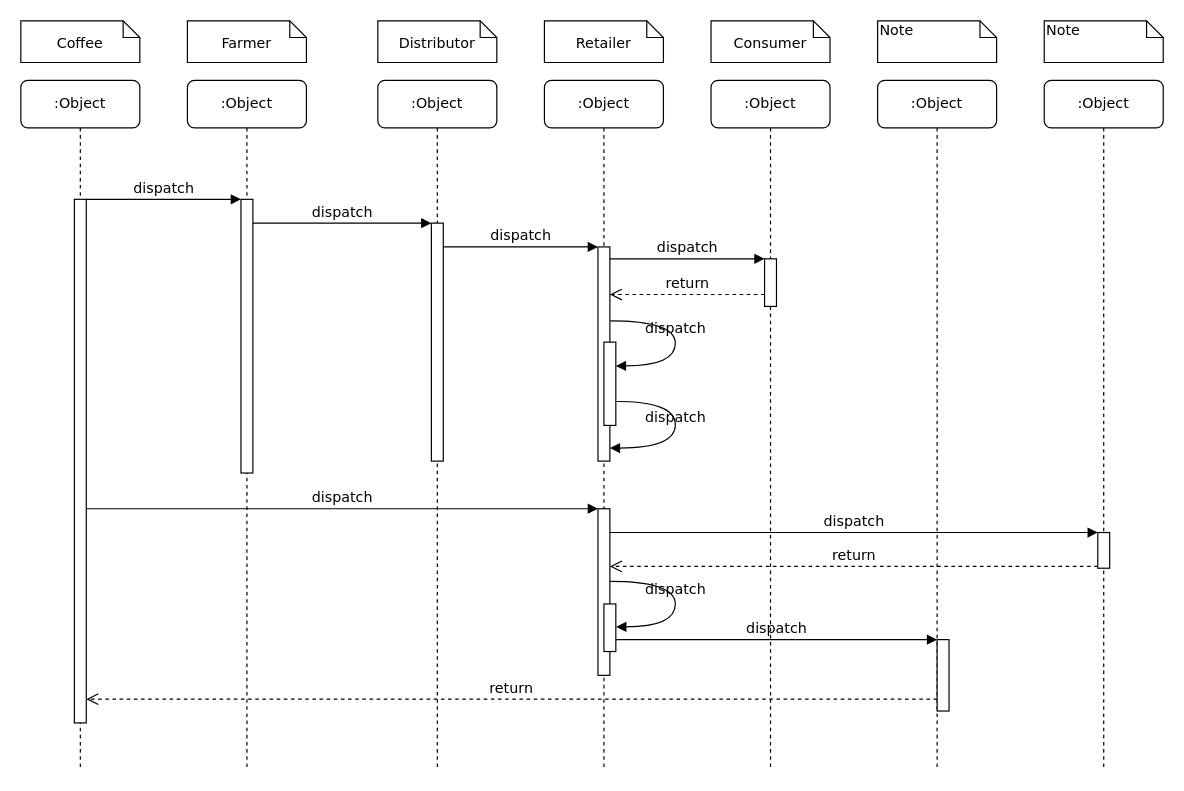
Above: page "Sequence" (2 of 4) of nd1309-Project-6b/UML/Udacity_SupplyChain_UML.drawio in jefmatle/Udacity_Blockchain_ND_v2 (draw.io), before the change. Source tidied: cells renumbered, new cells numbered last; positions are measured from the earlier drawing's top-left corner, leaving out a move shared by most shapes. Both pictures are drawn from the tidied source at 119%, with x=0, y=0 at pixel (20, 20).
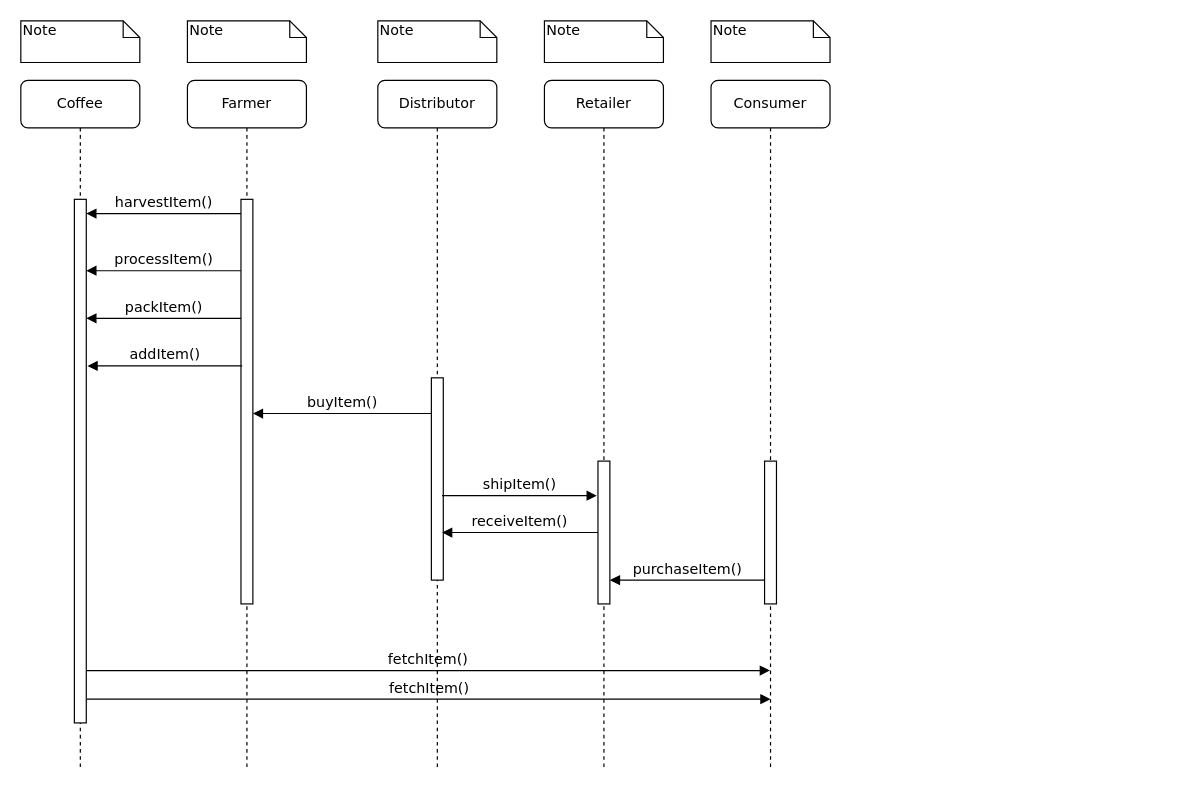
The same diagram, later.

Unchanged cells that the change refers to:
```xml
<mxCell id="11" style="html=1;points=[];perimeter=orthogonalPerimeter;rounded=0;shadow=0;comic=0;labelBackgroundColor=none;strokeWidth=1;fontFamily=Verdana;fontSize=12;align=center;" parent="10" vertex="1">
  <mxGeometry x="45" y="100" width="10" height="440" as="geometry" />
</mxCell>
```

What changed in the source:
```diff
@@
-    <mxCell id="2" value=":Object" style="shape=umlLifeline;perimeter=lifelinePerimeter;whiteSpace=wrap;html=1;rounded=1;shadow=0;comic=0;labelBackgroundColor=none;strokeWidth=1;fontFamily=Verdana;fontSize=12;align=center;" parent="1" vertex="1">
+    <mxCell id="2" value="Farmer" style="shape=umlLifeline;perimeter=lifelinePerimeter;whiteSpace=wrap;html=1;rounded=1;shadow=0;comic=0;labelBackgroundColor=none;strokeWidth=1;fontFamily=Verdana;fontSize=12;align=center;" parent="1" vertex="1">
       <mxGeometry x="140" y="50" width="100" height="580" as="geometry" />
     </mxCell>
     <mxCell id="3" style="html=1;points=[];perimeter=orthogonalPerimeter;rounded=0;shadow=0;comic=0;labelBackgroundColor=none;strokeWidth=1;fontFamily=Verdana;fontSize=12;align=center;" parent="2" vertex="1">
-      <mxGeometry x="45" y="100" width="10" height="230" as="geometry" />
+      <mxGeometry x="45" y="100" width="10" height="340" as="geometry" />
     </mxCell>
-    <mxCell id="4" value=":Object" style="shape=umlLifeline;perimeter=lifelinePerimeter;whiteSpace=wrap;html=1;rounded=1;shadow=0;comic=0;labelBackgroundColor=none;strokeWidth=1;fontFamily=Verdana;fontSize=12;align=center;" parent="1" vertex="1">
+    <mxCell id="4" value="Distributor" style="shape=umlLifeline;perimeter=lifelinePerimeter;whiteSpace=wrap;html=1;rounded=1;shadow=0;comic=0;labelBackgroundColor=none;strokeWidth=1;fontFamily=Verdana;fontSize=12;align=center;" parent="1" vertex="1">
       <mxGeometry x="300" y="50" width="100" height="580" as="geometry" />
     </mxCell>
     <mxCell id="5" style="html=1;points=[];perimeter=orthogonalPerimeter;rounded=0;shadow=0;comic=0;labelBackgroundColor=none;strokeWidth=1;fontFamily=Verdana;fontSize=12;align=center;" parent="4" vertex="1">
-      <mxGeometry x="45" y="120" width="10" height="200" as="geometry" />
+      <mxGeometry x="45" y="250" width="10" height="170" as="geometry" />
     </mxCell>
-    <mxCell id="6" value=":Object" style="shape=umlLifeline;perimeter=lifelinePerimeter;whiteSpace=wrap;html=1;rounded=1;shadow=0;comic=0;labelBackgroundColor=none;strokeWidth=1;fontFamily=Verdana;fontSize=12;align=center;" parent="1" vertex="1">
+    <mxCell id="6" value="Retailer" style="shape=umlLifeline;perimeter=lifelinePerimeter;whiteSpace=wrap;html=1;rounded=1;shadow=0;comic=0;labelBackgroundColor=none;strokeWidth=1;fontFamily=Verdana;fontSize=12;align=center;" parent="1" vertex="1">
       <mxGeometry x="440" y="50" width="100" height="580" as="geometry" />
     </mxCell>
+    <mxCell id="17" style="html=1;points=[];perimeter=orthogonalPerimeter;rounded=0;shadow=0;comic=0;labelBackgroundColor=none;strokeWidth=1;fontFamily=Verdana;fontSize=12;align=center;" parent="6" vertex="1">
+      <mxGeometry x="45" y="320" width="10" height="120" as="geometry" />
+    </mxCell>
-    <mxCell id="7" value=":Object" style="shape=umlLifeline;perimeter=lifelinePerimeter;whiteSpace=wrap;html=1;outlineConnect=0;rounded=1;shadow=0;comic=0;labelBackgroundColor=none;strokeWidth=1;fontFamily=Verdana;fontSize=12;align=center;" parent="1" vertex="1">
+    <mxCell id="7" value="Consumer" style="shape=umlLifeline;perimeter=lifelinePerimeter;whiteSpace=wrap;html=1;outlineConnect=0;rounded=1;shadow=0;comic=0;labelBackgroundColor=none;strokeWidth=1;fontFamily=Verdana;fontSize=12;align=center;" parent="1" vertex="1">
       <mxGeometry x="580" y="50" width="100" height="580" as="geometry" />
     </mxCell>
-    <mxCell id="8" value=":Object" style="shape=umlLifeline;perimeter=lifelinePerimeter;whiteSpace=wrap;html=1;rounded=1;shadow=0;comic=0;labelBackgroundColor=none;strokeWidth=1;fontFamily=Verdana;fontSize=12;align=center;" parent="1" vertex="1">
-      <mxGeometry x="720" y="50" width="100" height="580" as="geometry" />
-    </mxCell>
-    <mxCell id="9" value=":Object" style="shape=umlLifeline;perimeter=lifelinePerimeter;whiteSpace=wrap;html=1;rounded=1;shadow=0;comic=0;labelBackgroundColor=none;strokeWidth=1;fontFamily=Verdana;fontSize=12;align=center;" parent="1" vertex="1">
-      <mxGeometry x="860" y="50" width="100" height="580" as="geometry" />
-    </mxCell>
+    <mxCell id="39" style="html=1;perimeter=orthogonalPerimeter;rounded=0;shadow=0;comic=0;labelBackgroundColor=none;strokeWidth=1;fontFamily=Verdana;fontSize=12;align=center;" parent="7" vertex="1">
+      <mxGeometry x="45" y="320" width="10" height="120" as="geometry" />
+    </mxCell>
-    <mxCell id="10" value=":Object" style="shape=umlLifeline;perimeter=lifelinePerimeter;whiteSpace=wrap;html=1;rounded=1;shadow=0;comic=0;labelBackgroundColor=none;strokeWidth=1;fontFamily=Verdana;fontSize=12;align=center;" parent="1" vertex="1">
+    <mxCell id="10" value="Coffee" style="shape=umlLifeline;perimeter=lifelinePerimeter;whiteSpace=wrap;html=1;rounded=1;shadow=0;comic=0;labelBackgroundColor=none;strokeWidth=1;fontFamily=Verdana;fontSize=12;align=center;" parent="1" vertex="1">
       <mxGeometry y="50" width="100" height="580" as="geometry" />
     </mxCell>
@@
-    <mxCell id="12" style="html=1;points=[];perimeter=orthogonalPerimeter;rounded=0;shadow=0;comic=0;labelBackgroundColor=none;strokeWidth=1;fontFamily=Verdana;fontSize=12;align=center;" parent="1" vertex="1">
-      <mxGeometry x="485" y="190" width="10" height="180" as="geometry" />
-    </mxCell>
-    <mxCell id="13" value="dispatch" style="html=1;verticalAlign=bottom;endArrow=block;labelBackgroundColor=none;fontFamily=Verdana;fontSize=12;edgeStyle=elbowEdgeStyle;elbow=vertical;" parent="1" edge="1" source="5" target="12">
-      <mxGeometry relative="1" as="geometry">
-        <Array as="points">
-          <mxPoint x="360" y="190" />
-        </Array>
-      </mxGeometry>
-    </mxCell>
-    <mxCell id="14" style="html=1;points=[];perimeter=orthogonalPerimeter;rounded=0;shadow=0;comic=0;labelBackgroundColor=none;strokeWidth=1;fontFamily=Verdana;fontSize=12;align=center;" parent="1" vertex="1">
-      <mxGeometry x="625" y="200" width="10" height="40" as="geometry" />
-    </mxCell>
-    <mxCell id="15" value="dispatch" style="html=1;verticalAlign=bottom;endArrow=block;entryX=0;entryY=0;labelBackgroundColor=none;fontFamily=Verdana;fontSize=12;edgeStyle=elbowEdgeStyle;elbow=vertical;" parent="1" edge="1" source="12" target="14">
-      <mxGeometry relative="1" as="geometry" />
-    </mxCell>
-    <mxCell id="16" value="return" style="html=1;verticalAlign=bottom;endArrow=open;dashed=1;endSize=8;labelBackgroundColor=none;fontFamily=Verdana;fontSize=12;edgeStyle=elbowEdgeStyle;elbow=vertical;" parent="1" edge="1" source="14" target="12">
-      <mxGeometry relative="1" as="geometry">
-        <Array as="points">
-          <mxPoint x="570" y="230" />
-          <mxPoint x="600" y="230" />
-        </Array>
-      </mxGeometry>
-    </mxCell>
-    <mxCell id="17" style="html=1;points=[];perimeter=orthogonalPerimeter;rounded=0;shadow=0;comic=0;labelBackgroundColor=none;strokeWidth=1;fontFamily=Verdana;fontSize=12;align=center;" parent="1" vertex="1">
-      <mxGeometry x="485" y="410" width="10" height="140" as="geometry" />
-    </mxCell>
-    <mxCell id="18" value="dispatch" style="html=1;verticalAlign=bottom;endArrow=block;entryX=0;entryY=0;labelBackgroundColor=none;fontFamily=Verdana;fontSize=12;" parent="1" edge="1" source="11" target="17">
-      <mxGeometry relative="1" as="geometry" />
+    <mxCell id="18" value="shipItem()" style="html=1;verticalAlign=bottom;endArrow=block;labelBackgroundColor=none;fontFamily=Verdana;fontSize=12;exitX=0.9;exitY=0.582;exitDx=0;exitDy=0;exitPerimeter=0;" parent="1" edge="1" source="5">
+      <mxGeometry relative="1" as="geometry">
+        <mxPoint x="484" y="399" as="targetPoint" />
+      </mxGeometry>
     </mxCell>
-    <mxCell id="19" style="html=1;points=[];perimeter=orthogonalPerimeter;rounded=0;shadow=0;comic=0;labelBackgroundColor=none;strokeColor=#000000;strokeWidth=1;fillColor=#FFFFFF;fontFamily=Verdana;fontSize=12;fontColor=#000000;align=center;" parent="1" vertex="1">
-      <mxGeometry x="905" y="430" width="10" height="30" as="geometry" />
-    </mxCell>
-    <mxCell id="20" value="dispatch" style="html=1;verticalAlign=bottom;endArrow=block;entryX=0;entryY=0;labelBackgroundColor=none;fontFamily=Verdana;fontSize=12;" parent="1" edge="1" source="17" target="19">
-      <mxGeometry relative="1" as="geometry" />
-    </mxCell>
-    <mxCell id="21" value="return" style="html=1;verticalAlign=bottom;endArrow=open;dashed=1;endSize=8;exitX=0;exitY=0.95;labelBackgroundColor=none;fontFamily=Verdana;fontSize=12;" parent="1" edge="1" source="19" target="17">
-      <mxGeometry relative="1" as="geometry" />
-    </mxCell>
-    <mxCell id="22" style="html=1;points=[];perimeter=orthogonalPerimeter;rounded=0;shadow=0;comic=0;labelBackgroundColor=none;strokeWidth=1;fontFamily=Verdana;fontSize=12;align=center;" parent="1" vertex="1">
-      <mxGeometry x="770" y="520" width="10" height="60" as="geometry" />
-    </mxCell>
-    <mxCell id="23" value="dispatch" style="html=1;verticalAlign=bottom;endArrow=block;entryX=0;entryY=0;labelBackgroundColor=none;fontFamily=Verdana;fontSize=12;edgeStyle=elbowEdgeStyle;elbow=vertical;" parent="1" edge="1" source="30" target="22">
-      <mxGeometry relative="1" as="geometry" />
+    <mxCell id="23" value="purchaseItem()" style="html=1;verticalAlign=bottom;endArrow=block;entryX=0;entryY=0;labelBackgroundColor=none;fontFamily=Verdana;fontSize=12;edgeStyle=elbowEdgeStyle;elbow=vertical;" parent="1" edge="1">
+      <mxGeometry relative="1" as="geometry">
+        <mxPoint x="625" y="470" as="sourcePoint" />
+        <mxPoint x="495" y="470" as="targetPoint" />
+      </mxGeometry>
     </mxCell>
-    <mxCell id="24" value="return" style="html=1;verticalAlign=bottom;endArrow=open;dashed=1;endSize=8;labelBackgroundColor=none;fontFamily=Verdana;fontSize=12;edgeStyle=elbowEdgeStyle;elbow=vertical;" parent="1" edge="1" source="22" target="11">
-      <mxGeometry relative="1" as="geometry">
-        <Array as="points">
-          <mxPoint x="470" y="570" />
-        </Array>
-      </mxGeometry>
-    </mxCell>
-    <mxCell id="25" value="dispatch" style="html=1;verticalAlign=bottom;endArrow=block;entryX=0;entryY=0;labelBackgroundColor=none;fontFamily=Verdana;fontSize=12;edgeStyle=elbowEdgeStyle;elbow=vertical;" parent="1" edge="1" source="11" target="3">
-      <mxGeometry relative="1" as="geometry" />
+    <mxCell id="25" value="harvestItem()" style="html=1;verticalAlign=bottom;endArrow=none;entryX=0;entryY=0;labelBackgroundColor=none;fontFamily=Verdana;fontSize=12;edgeStyle=elbowEdgeStyle;elbow=vertical;startArrow=block;startFill=1;endFill=0;" parent="1" edge="1">
+      <mxGeometry relative="1" as="geometry">
+        <mxPoint x="55" y="162" as="sourcePoint" />
+        <mxPoint x="185" y="162" as="targetPoint" />
+      </mxGeometry>
     </mxCell>
-    <mxCell id="26" value="dispatch" style="html=1;verticalAlign=bottom;endArrow=block;entryX=0;entryY=0;labelBackgroundColor=none;fontFamily=Verdana;fontSize=12;edgeStyle=elbowEdgeStyle;elbow=vertical;" parent="1" edge="1" source="3" target="5">
-      <mxGeometry relative="1" as="geometry" />
+    <mxCell id="26" value="buyItem()" style="html=1;verticalAlign=bottom;endArrow=block;entryX=0;entryY=0;labelBackgroundColor=none;fontFamily=Verdana;fontSize=12;edgeStyle=elbowEdgeStyle;elbow=horizontal;" parent="1" edge="1">
+      <mxGeometry relative="1" as="geometry">
+        <mxPoint x="345" y="330" as="sourcePoint" />
+        <mxPoint x="195" y="330" as="targetPoint" />
+      </mxGeometry>
     </mxCell>
-    <mxCell id="27" style="html=1;points=[];perimeter=orthogonalPerimeter;rounded=0;shadow=0;comic=0;labelBackgroundColor=none;strokeWidth=1;fontFamily=Verdana;fontSize=12;align=center;" parent="1" vertex="1">
-      <mxGeometry x="490" y="270" width="10" height="70" as="geometry" />
-    </mxCell>
-    <mxCell id="28" value="dispatch" style="html=1;verticalAlign=bottom;endArrow=block;labelBackgroundColor=none;fontFamily=Verdana;fontSize=12;elbow=vertical;edgeStyle=orthogonalEdgeStyle;curved=1;entryX=1;entryY=0.286;entryPerimeter=0;exitX=1.038;exitY=0.345;exitPerimeter=0;" parent="1" edge="1" source="12" target="27">
-      <mxGeometry relative="1" as="geometry">
-        <Array as="points">
-          <mxPoint x="550" y="252" />
-          <mxPoint x="550" y="290" />
-        </Array>
-      </mxGeometry>
-    </mxCell>
-    <mxCell id="29" value="dispatch" style="html=1;verticalAlign=bottom;endArrow=block;labelBackgroundColor=none;fontFamily=Verdana;fontSize=12;elbow=vertical;edgeStyle=orthogonalEdgeStyle;curved=1;exitX=1.066;exitY=0.713;exitPerimeter=0;" parent="1" edge="1" source="27">
-      <mxGeometry relative="1" as="geometry">
-        <mxPoint x="495" y="359" as="targetPoint" />
-        <Array as="points">
-          <mxPoint x="550" y="320" />
-          <mxPoint x="550" y="359" />
-        </Array>
-      </mxGeometry>
-    </mxCell>
-    <mxCell id="30" style="html=1;points=[];perimeter=orthogonalPerimeter;rounded=0;shadow=0;comic=0;labelBackgroundColor=none;strokeWidth=1;fontFamily=Verdana;fontSize=12;align=center;" parent="1" vertex="1">
-      <mxGeometry x="490" y="490" width="10" height="40" as="geometry" />
-    </mxCell>
-    <mxCell id="31" value="dispatch" style="html=1;verticalAlign=bottom;endArrow=block;labelBackgroundColor=none;fontFamily=Verdana;fontSize=12;elbow=vertical;edgeStyle=orthogonalEdgeStyle;curved=1;entryX=1;entryY=0.286;entryPerimeter=0;exitX=1.038;exitY=0.345;exitPerimeter=0;" parent="1" edge="1">
-      <mxGeometry relative="1" as="geometry">
-        <mxPoint x="495.3" y="471" as="sourcePoint" />
-        <mxPoint x="500.3" y="509.3" as="targetPoint" />
-        <Array as="points">
-          <mxPoint x="550" y="471" />
-          <mxPoint x="550" y="509" />
-        </Array>
-      </mxGeometry>
-    </mxCell>
-    <mxCell id="32" value="&lt;p style=&quot;line-height: 100%&quot;&gt;Coffee&lt;/p&gt;" style="shape=note;whiteSpace=wrap;html=1;size=14;verticalAlign=top;align=center;spacingTop=-6;rounded=0;shadow=0;comic=0;labelBackgroundColor=none;strokeWidth=1;fontFamily=Verdana;fontSize=12;" parent="1" vertex="1">
+    <mxCell id="32" value="Note" style="shape=note;whiteSpace=wrap;html=1;size=14;verticalAlign=top;align=left;spacingTop=-6;rounded=0;shadow=0;comic=0;labelBackgroundColor=none;strokeWidth=1;fontFamily=Verdana;fontSize=12;" parent="1" vertex="1">
       <mxGeometry width="100" height="35" as="geometry" />
     </mxCell>
-    <mxCell id="33" value="&lt;p style=&quot;line-height: 100%&quot;&gt;Farmer&lt;/p&gt;" style="shape=note;whiteSpace=wrap;html=1;size=14;verticalAlign=top;align=center;spacingTop=-6;rounded=0;shadow=0;comic=0;labelBackgroundColor=none;strokeWidth=1;fontFamily=Verdana;fontSize=12;" parent="1" vertex="1">
+    <mxCell id="33" value="Note" style="shape=note;whiteSpace=wrap;html=1;size=14;verticalAlign=top;align=left;spacingTop=-6;rounded=0;shadow=0;comic=0;labelBackgroundColor=none;strokeWidth=1;fontFamily=Verdana;fontSize=12;" parent="1" vertex="1">
       <mxGeometry x="140" width="100" height="35" as="geometry" />
     </mxCell>
-    <mxCell id="34" value="&lt;p style=&quot;line-height: 100%&quot;&gt;Distributor&lt;/p&gt;" style="shape=note;whiteSpace=wrap;html=1;size=14;verticalAlign=top;align=center;spacingTop=-6;rounded=0;shadow=0;comic=0;labelBackgroundColor=none;strokeWidth=1;fontFamily=Verdana;fontSize=12;" parent="1" vertex="1">
+    <mxCell id="34" value="Note" style="shape=note;whiteSpace=wrap;html=1;size=14;verticalAlign=top;align=left;spacingTop=-6;rounded=0;shadow=0;comic=0;labelBackgroundColor=none;strokeWidth=1;fontFamily=Verdana;fontSize=12;" parent="1" vertex="1">
       <mxGeometry x="300" width="100" height="35" as="geometry" />
     </mxCell>
-    <mxCell id="35" value="&lt;p style=&quot;line-height: 100%&quot;&gt;Retailer&lt;/p&gt;" style="shape=note;whiteSpace=wrap;html=1;size=14;verticalAlign=top;align=center;spacingTop=-6;rounded=0;shadow=0;comic=0;labelBackgroundColor=none;strokeWidth=1;fontFamily=Verdana;fontSize=12;" parent="1" vertex="1">
+    <mxCell id="35" value="Note" style="shape=note;whiteSpace=wrap;html=1;size=14;verticalAlign=top;align=left;spacingTop=-6;rounded=0;shadow=0;comic=0;labelBackgroundColor=none;strokeWidth=1;fontFamily=Verdana;fontSize=12;" parent="1" vertex="1">
       <mxGeometry x="440" width="100" height="35" as="geometry" />
     </mxCell>
-    <mxCell id="36" value="&lt;p style=&quot;line-height: 100%&quot;&gt;Consumer&lt;/p&gt;" style="shape=note;whiteSpace=wrap;html=1;size=14;verticalAlign=top;align=center;spacingTop=-6;rounded=0;shadow=0;comic=0;labelBackgroundColor=none;strokeWidth=1;fontFamily=Verdana;fontSize=12;" parent="1" vertex="1">
+    <mxCell id="36" value="Note" style="shape=note;whiteSpace=wrap;html=1;size=14;verticalAlign=top;align=left;spacingTop=-6;rounded=0;shadow=0;comic=0;labelBackgroundColor=none;strokeWidth=1;fontFamily=Verdana;fontSize=12;" parent="1" vertex="1">
       <mxGeometry x="580" width="100" height="35" as="geometry" />
     </mxCell>
-    <mxCell id="37" value="Note" style="shape=note;whiteSpace=wrap;html=1;size=14;verticalAlign=top;align=left;spacingTop=-6;rounded=0;shadow=0;comic=0;labelBackgroundColor=none;strokeWidth=1;fontFamily=Verdana;fontSize=12;" parent="1" vertex="1">
-      <mxGeometry x="720" width="100" height="35" as="geometry" />
-    </mxCell>
-    <mxCell id="38" value="Note" style="shape=note;whiteSpace=wrap;html=1;size=14;verticalAlign=top;align=left;spacingTop=-6;rounded=0;shadow=0;comic=0;labelBackgroundColor=none;strokeWidth=1;fontFamily=Verdana;fontSize=12;" parent="1" vertex="1">
-      <mxGeometry x="860" width="100" height="35" as="geometry" />
-    </mxCell>
+    <mxCell id="40" value="processItem()" style="html=1;verticalAlign=bottom;endArrow=none;entryX=0;entryY=0;labelBackgroundColor=none;fontFamily=Verdana;fontSize=12;edgeStyle=elbowEdgeStyle;elbow=vertical;startArrow=block;startFill=1;endFill=0;" parent="1" edge="1">
+      <mxGeometry relative="1" as="geometry">
+        <mxPoint x="55" y="210" as="sourcePoint" />
+        <mxPoint x="185" y="210" as="targetPoint" />
+      </mxGeometry>
+    </mxCell>
+    <mxCell id="41" value="packItem()" style="html=1;verticalAlign=bottom;endArrow=none;entryX=0;entryY=0;labelBackgroundColor=none;fontFamily=Verdana;fontSize=12;edgeStyle=elbowEdgeStyle;elbow=vertical;startArrow=block;startFill=1;endFill=0;" parent="1" edge="1">
+      <mxGeometry relative="1" as="geometry">
+        <mxPoint x="55" y="250" as="sourcePoint" />
+        <mxPoint x="185" y="250" as="targetPoint" />
+      </mxGeometry>
+    </mxCell>
+    <mxCell id="42" value="addItem()" style="html=1;verticalAlign=bottom;endArrow=none;entryX=0;entryY=0;labelBackgroundColor=none;fontFamily=Verdana;fontSize=12;edgeStyle=elbowEdgeStyle;elbow=horizontal;startArrow=block;startFill=1;endFill=0;" parent="1" edge="1">
+      <mxGeometry relative="1" as="geometry">
+        <mxPoint x="56" y="290" as="sourcePoint" />
+        <mxPoint x="186" y="290" as="targetPoint" />
+      </mxGeometry>
+    </mxCell>
+    <mxCell id="43" value="receiveItem()" style="html=1;verticalAlign=bottom;endArrow=block;labelBackgroundColor=none;fontFamily=Verdana;fontSize=12;" parent="1" edge="1">
+      <mxGeometry relative="1" as="geometry">
+        <mxPoint x="485" y="430" as="sourcePoint" />
+        <mxPoint x="354" y="430" as="targetPoint" />
+      </mxGeometry>
+    </mxCell>
+    <mxCell id="44" value="fetchItem()" style="html=1;verticalAlign=bottom;endArrow=block;labelBackgroundColor=none;fontFamily=Verdana;fontSize=12;" parent="1" edge="1" target="7">
+      <mxGeometry relative="1" as="geometry">
+        <mxPoint x="55" y="546" as="sourcePoint" />
+      </mxGeometry>
+    </mxCell>
+    <mxCell id="45" value="fetchItem()" style="html=1;verticalAlign=bottom;endArrow=block;labelBackgroundColor=none;fontFamily=Verdana;fontSize=12;" parent="1" edge="1">
+      <mxGeometry relative="1" as="geometry">
+        <mxPoint x="55.5" y="570" as="sourcePoint" />
+        <mxPoint x="630" y="570" as="targetPoint" />
+      </mxGeometry>
+    </mxCell>
```
